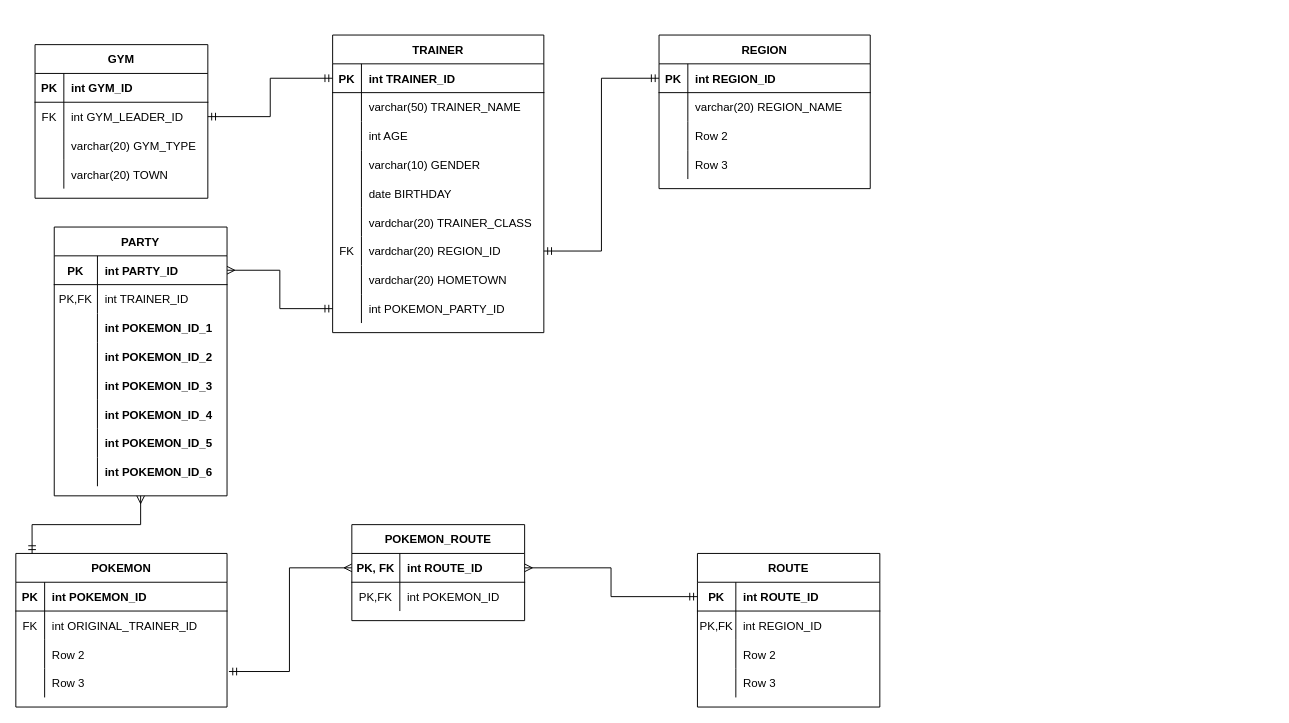
Earlier version of the draw.io diagram PokemonMySQLDatabase ERD.drawio (P4rzival/PokemonMySQLDatabase). Source tidied: cells renumbered, new cells numbered last; positions are measured from the earlier drawing's top-left corner, leaving out a move shared by most shapes. Both pictures are drawn from the tidied source at 96%, with x=0, y=0 at pixel (15, 35).
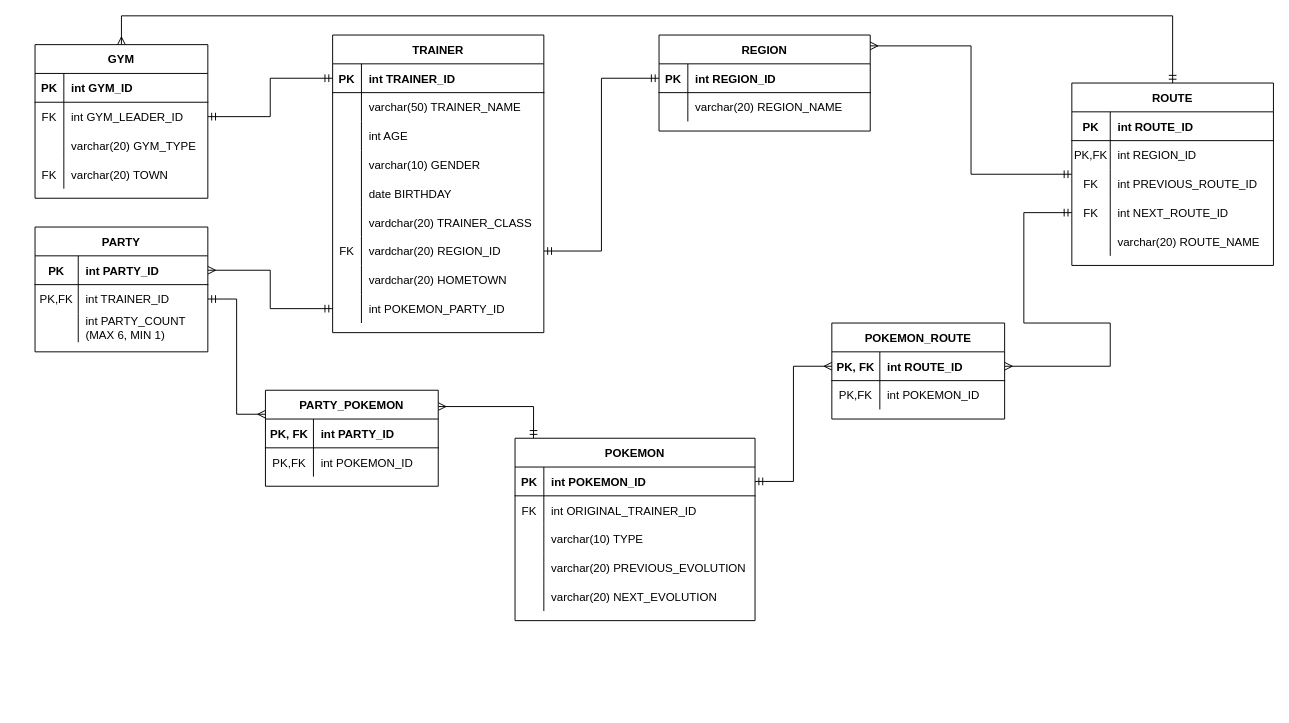
The same page after the edit.

Unchanged cells that the change refers to:
```xml
<mxCell id="2" value="GYM" style="shape=table;startSize=30;childLayout=tableLayout;rowLines=0;fontStyle=1;align=center;" parent="1" vertex="1">
  <mxGeometry x="20" y="10" width="180" height="160" as="geometry" />
</mxCell>
<mxCell id="12" style="shape=partialRectangle;fillColor=none;top=0;left=0;bottom=0;right=0;" parent="2" vertex="1">
  <mxGeometry y="120" width="180" height="30" as="geometry" />
</mxCell>
<mxCell id="61" style="shape=partialRectangle;fillColor=none;top=0;left=0;bottom=1;right=0;points=[[0,0.5],[1,0.5]];portConstraint=eastwest;" parent="60" vertex="1">
  <mxGeometry y="30" width="180" height="30" as="geometry" />
</mxCell>
<mxCell id="98" style="shape=partialRectangle;fillColor=none;top=0;left=0;bottom=0;right=0;points=[[0,0.5],[1,0.5]];portConstraint=eastwest;" parent="94" vertex="1">
  <mxGeometry y="60" width="180" height="30" as="geometry" />
</mxCell>
```

What changed in the source:
```diff
@@
-    <mxCell id="13" style="shape=partialRectangle;fillColor=none;top=0;left=0;bottom=0;right=0;overflow=hidden;" parent="12" vertex="1">
+    <mxCell id="13" value="FK" style="shape=partialRectangle;fillColor=none;top=0;left=0;bottom=0;right=0;overflow=hidden;" parent="12" vertex="1">
       <mxGeometry width="30" height="30" as="geometry" />
     </mxCell>
@@
     <mxCell id="16" value="REGION" style="shape=table;startSize=30;childLayout=tableLayout;rowLines=0;fontStyle=1;align=center;" parent="1" vertex="1">
-      <mxGeometry x="670" width="220" height="160" as="geometry" />
+      <mxGeometry x="670" width="220" height="100" as="geometry" />
     </mxCell>
@@
-    <mxCell id="23" style="shape=partialRectangle;fillColor=none;top=0;left=0;bottom=0;right=0;" parent="16" vertex="1">
-      <mxGeometry y="90" width="220" height="30" as="geometry" />
-    </mxCell>
-    <mxCell id="24" style="shape=partialRectangle;fillColor=none;top=0;left=0;bottom=0;right=0;overflow=hidden;" parent="23" vertex="1">
-      <mxGeometry width="30" height="30" as="geometry" />
-    </mxCell>
-    <mxCell id="25" value="Row 2" style="shape=partialRectangle;fillColor=none;top=0;left=0;bottom=0;right=0;align=left;spacingLeft=6;overflow=hidden;" parent="23" vertex="1">
-      <mxGeometry x="30" width="190" height="30" as="geometry" />
-    </mxCell>
-    <mxCell id="26" style="shape=partialRectangle;fillColor=none;top=0;left=0;bottom=0;right=0;" parent="16" vertex="1">
-      <mxGeometry y="120" width="220" height="30" as="geometry" />
-    </mxCell>
-    <mxCell id="27" style="shape=partialRectangle;fillColor=none;top=0;left=0;bottom=0;right=0;overflow=hidden;" parent="26" vertex="1">
-      <mxGeometry width="30" height="30" as="geometry" />
-    </mxCell>
-    <mxCell id="28" value="Row 3" style="shape=partialRectangle;fillColor=none;top=0;left=0;bottom=0;right=0;align=left;spacingLeft=6;overflow=hidden;" parent="26" vertex="1">
-      <mxGeometry x="30" width="190" height="30" as="geometry" />
-    </mxCell>
@@
-    <mxCell id="58" style="edgeStyle=orthogonalEdgeStyle;rounded=0;jettySize=auto;html=1;exitX=0;exitY=0.5;exitDx=0;exitDy=0;entryX=1.009;entryY=0.1;entryDx=0;entryDy=0;entryPerimeter=0;startArrow=ERmany;startFill=0;endArrow=ERmandOne;endFill=0;" parent="1" edge="1" source="61" target="77">
+    <mxCell id="58" style="edgeStyle=orthogonalEdgeStyle;rounded=0;jettySize=auto;html=1;exitX=0;exitY=0.5;exitDx=0;exitDy=0;entryX=1;entryY=0.5;entryDx=0;entryDy=0;startArrow=ERmany;startFill=0;endArrow=ERmandOne;endFill=0;" parent="1" edge="1" source="61" target="68">
       <mxGeometry relative="1" as="geometry" />
     </mxCell>
-    <mxCell id="59" style="edgeStyle=orthogonalEdgeStyle;rounded=0;jettySize=auto;html=1;entryX=0;entryY=0.5;entryDx=0;entryDy=0;startArrow=ERmany;startFill=0;endArrow=ERmandOne;endFill=0;" parent="1" edge="1" source="61" target="81">
-      <mxGeometry relative="1" as="geometry" />
+    <mxCell id="59" style="edgeStyle=orthogonalEdgeStyle;rounded=0;jettySize=auto;html=1;startArrow=ERmany;startFill=0;endArrow=ERmandOne;endFill=0;entryX=0;entryY=0.5;entryDx=0;entryDy=0;" parent="1" edge="1" source="61" target="134">
+      <mxGeometry relative="1" as="geometry">
+        <Array as="points">
+          <mxPoint x="1140" y="345" />
+          <mxPoint x="1140" y="300" />
+          <mxPoint x="1050" y="300" />
+          <mxPoint x="1050" y="185" />
+        </Array>
+      </mxGeometry>
     </mxCell>
     <mxCell id="60" value="POKEMON_ROUTE" style="shape=table;startSize=30;childLayout=tableLayout;rowLines=0;fontStyle=1;align=center;" parent="1" vertex="1">
-      <mxGeometry x="350" y="510" width="180" height="100" as="geometry" />
+      <mxGeometry x="850" y="300" width="180" height="100" as="geometry" />
     </mxCell>
@@
     <mxCell id="67" value="POKEMON" style="shape=table;startSize=30;childLayout=tableLayout;rowLines=0;fontStyle=1;align=center;" parent="1" vertex="1">
-      <mxGeometry y="540" width="220" height="160" as="geometry" />
+      <mxGeometry x="520" y="420" width="250" height="190" as="geometry" />
     </mxCell>
     <mxCell id="68" style="shape=partialRectangle;fillColor=none;top=0;left=0;bottom=1;right=0;points=[[0,0.5],[1,0.5]];portConstraint=eastwest;" parent="67" vertex="1">
-      <mxGeometry y="30" width="220" height="30" as="geometry" />
+      <mxGeometry y="30" width="250" height="30" as="geometry" />
     </mxCell>
@@
     <mxCell id="70" value="int POKEMON_ID" style="shape=partialRectangle;fillColor=none;top=0;left=0;bottom=0;right=0;align=left;spacingLeft=6;fontStyle=1;overflow=hidden;" parent="68" vertex="1">
-      <mxGeometry x="30" width="190" height="30" as="geometry" />
+      <mxGeometry x="30" width="220" height="30" as="geometry" />
     </mxCell>
     <mxCell id="71" style="shape=partialRectangle;fillColor=none;top=0;left=0;bottom=0;right=0;" parent="67" vertex="1">
-      <mxGeometry y="60" width="220" height="30" as="geometry" />
+      <mxGeometry y="60" width="250" height="30" as="geometry" />
     </mxCell>
@@
     <mxCell id="73" value="int ORIGINAL_TRAINER_ID" style="shape=partialRectangle;fillColor=none;top=0;left=0;bottom=0;right=0;align=left;spacingLeft=6;overflow=hidden;" parent="71" vertex="1">
-      <mxGeometry x="30" width="190" height="30" as="geometry" />
+      <mxGeometry x="30" width="220" height="30" as="geometry" />
     </mxCell>
-    <mxCell id="74" style="shape=partialRectangle;fillColor=none;top=0;left=0;bottom=0;right=0;" parent="67" vertex="1">
-      <mxGeometry y="90" width="220" height="30" as="geometry" />
-    </mxCell>
-    <mxCell id="75" style="shape=partialRectangle;fillColor=none;top=0;left=0;bottom=0;right=0;overflow=hidden;" parent="74" vertex="1">
-      <mxGeometry width="30" height="30" as="geometry" />
-    </mxCell>
-    <mxCell id="76" value="Row 2" style="shape=partialRectangle;fillColor=none;top=0;left=0;bottom=0;right=0;align=left;spacingLeft=6;overflow=hidden;" parent="74" vertex="1">
-      <mxGeometry x="30" width="190" height="30" as="geometry" />
-    </mxCell>
-    <mxCell id="77" style="shape=partialRectangle;fillColor=none;top=0;left=0;bottom=0;right=0;points=[[0,0.5],[1,0.5]];portConstraint=eastwest;" parent="67" vertex="1">
-      <mxGeometry y="120" width="220" height="30" as="geometry" />
-    </mxCell>
-    <mxCell id="78" style="shape=partialRectangle;fillColor=none;top=0;left=0;bottom=0;right=0;overflow=hidden;" parent="77" vertex="1">
-      <mxGeometry width="30" height="30" as="geometry" />
-    </mxCell>
-    <mxCell id="79" value="Row 3" style="shape=partialRectangle;fillColor=none;top=0;left=0;bottom=0;right=0;align=left;spacingLeft=6;overflow=hidden;" parent="77" vertex="1">
-      <mxGeometry x="30" width="190" height="30" as="geometry" />
-    </mxCell>
+    <mxCell id="120" style="shape=partialRectangle;fillColor=none;top=0;left=0;bottom=0;right=0;" parent="67" vertex="1">
+      <mxGeometry y="90" width="250" height="30" as="geometry" />
+    </mxCell>
+    <mxCell id="121" style="shape=partialRectangle;fillColor=none;top=0;left=0;bottom=0;right=0;overflow=hidden;" parent="120" vertex="1">
+      <mxGeometry width="30" height="30" as="geometry" />
+    </mxCell>
+    <mxCell id="122" value="varchar(10) TYPE" style="shape=partialRectangle;fillColor=none;top=0;left=0;bottom=0;right=0;align=left;spacingLeft=6;overflow=hidden;" parent="120" vertex="1">
+      <mxGeometry x="30" width="220" height="30" as="geometry" />
+    </mxCell>
+    <mxCell id="123" style="shape=partialRectangle;fillColor=none;top=0;left=0;bottom=0;right=0;" parent="67" vertex="1">
+      <mxGeometry y="120" width="250" height="30" as="geometry" />
+    </mxCell>
+    <mxCell id="124" style="shape=partialRectangle;fillColor=none;top=0;left=0;bottom=0;right=0;overflow=hidden;" parent="123" vertex="1">
+      <mxGeometry width="30" height="30" as="geometry" />
+    </mxCell>
+    <mxCell id="125" value="varchar(20) PREVIOUS_EVOLUTION" style="shape=partialRectangle;fillColor=none;top=0;left=0;bottom=0;right=0;align=left;spacingLeft=6;overflow=hidden;" parent="123" vertex="1">
+      <mxGeometry x="30" width="220" height="30" as="geometry" />
+    </mxCell>
+    <mxCell id="126" style="shape=partialRectangle;fillColor=none;top=0;left=0;bottom=0;right=0;" parent="67" vertex="1">
+      <mxGeometry y="150" width="250" height="30" as="geometry" />
+    </mxCell>
+    <mxCell id="127" style="shape=partialRectangle;fillColor=none;top=0;left=0;bottom=0;right=0;overflow=hidden;" parent="126" vertex="1">
+      <mxGeometry width="30" height="30" as="geometry" />
+    </mxCell>
+    <mxCell id="128" value="varchar(20) NEXT_EVOLUTION" style="shape=partialRectangle;fillColor=none;top=0;left=0;bottom=0;right=0;align=left;spacingLeft=6;overflow=hidden;" parent="126" vertex="1">
+      <mxGeometry x="30" width="220" height="30" as="geometry" />
+    </mxCell>
+    <mxCell id="129" style="edgeStyle=orthogonalEdgeStyle;rounded=0;jettySize=auto;html=1;entryX=1;entryY=0.113;entryDx=0;entryDy=0;entryPerimeter=0;endArrow=ERmany;endFill=0;startArrow=ERmandOne;startFill=0;" parent="1" edge="1" source="80" target="16">
+      <mxGeometry relative="1" as="geometry" />
+    </mxCell>
+    <mxCell id="130" style="edgeStyle=orthogonalEdgeStyle;rounded=0;jettySize=auto;html=1;entryX=0.5;entryY=0;entryDx=0;entryDy=0;startArrow=ERmandOne;startFill=0;endArrow=ERmany;endFill=0;" parent="1" edge="1" source="80" target="2">
+      <mxGeometry relative="1" as="geometry">
+        <Array as="points">
+          <mxPoint x="1205" y="-20" />
+          <mxPoint x="110" y="-20" />
+        </Array>
+      </mxGeometry>
+    </mxCell>
     <mxCell id="80" value="ROUTE" style="shape=table;startSize=30;childLayout=tableLayout;rowLines=0;fontStyle=1;align=center;" parent="1" vertex="1">
-      <mxGeometry x="710" y="540" width="190" height="160" as="geometry" />
+      <mxGeometry x="1100" y="50" width="210" height="190" as="geometry" />
     </mxCell>
     <mxCell id="81" style="shape=partialRectangle;fillColor=none;top=0;left=0;bottom=1;right=0;points=[[0,0.5],[1,0.5]];portConstraint=eastwest;" parent="80" vertex="1">
-      <mxGeometry y="30" width="190" height="30" as="geometry" />
+      <mxGeometry y="30" width="210" height="30" as="geometry" />
     </mxCell>
@@
     <mxCell id="83" value="int ROUTE_ID" style="shape=partialRectangle;fillColor=none;top=0;left=0;bottom=0;right=0;align=left;spacingLeft=6;fontStyle=1;overflow=hidden;" parent="81" vertex="1">
-      <mxGeometry x="40" width="150" height="30" as="geometry" />
+      <mxGeometry x="40" width="170" height="30" as="geometry" />
     </mxCell>
     <mxCell id="84" style="shape=partialRectangle;fillColor=none;top=0;left=0;bottom=0;right=0;" parent="80" vertex="1">
-      <mxGeometry y="60" width="190" height="30" as="geometry" />
+      <mxGeometry y="60" width="210" height="30" as="geometry" />
     </mxCell>
@@
     <mxCell id="86" value="int REGION_ID" style="shape=partialRectangle;fillColor=none;top=0;left=0;bottom=0;right=0;align=left;spacingLeft=6;overflow=hidden;" parent="84" vertex="1">
-      <mxGeometry x="40" width="150" height="30" as="geometry" />
+      <mxGeometry x="40" width="170" height="30" as="geometry" />
     </mxCell>
+    <mxCell id="131" style="shape=partialRectangle;fillColor=none;top=0;left=0;bottom=0;right=0;" parent="80" vertex="1">
+      <mxGeometry y="90" width="210" height="30" as="geometry" />
+    </mxCell>
+    <mxCell id="132" value="FK" style="shape=partialRectangle;fillColor=none;top=0;left=0;bottom=0;right=0;overflow=hidden;" parent="131" vertex="1">
+      <mxGeometry width="40" height="30" as="geometry" />
+    </mxCell>
+    <mxCell id="133" value="int PREVIOUS_ROUTE_ID" style="shape=partialRectangle;fillColor=none;top=0;left=0;bottom=0;right=0;align=left;spacingLeft=6;overflow=hidden;" parent="131" vertex="1">
+      <mxGeometry x="40" width="170" height="30" as="geometry" />
+    </mxCell>
+    <mxCell id="134" style="shape=partialRectangle;fillColor=none;top=0;left=0;bottom=0;right=0;points=[[0,0.5],[1,0.5]];portConstraint=eastwest;" parent="80" vertex="1">
+      <mxGeometry y="120" width="210" height="30" as="geometry" />
+    </mxCell>
+    <mxCell id="135" value="FK" style="shape=partialRectangle;fillColor=none;top=0;left=0;bottom=0;right=0;overflow=hidden;" parent="134" vertex="1">
+      <mxGeometry width="40" height="30" as="geometry" />
+    </mxCell>
+    <mxCell id="136" value="int NEXT_ROUTE_ID" style="shape=partialRectangle;fillColor=none;top=0;left=0;bottom=0;right=0;align=left;spacingLeft=6;overflow=hidden;" parent="134" vertex="1">
+      <mxGeometry x="40" width="170" height="30" as="geometry" />
+    </mxCell>
     <mxCell id="87" style="shape=partialRectangle;fillColor=none;top=0;left=0;bottom=0;right=0;" parent="80" vertex="1">
-      <mxGeometry y="90" width="190" height="30" as="geometry" />
+      <mxGeometry y="150" width="210" height="30" as="geometry" />
     </mxCell>
@@
-    <mxCell id="89" value="Row 2" style="shape=partialRectangle;fillColor=none;top=0;left=0;bottom=0;right=0;align=left;spacingLeft=6;overflow=hidden;" parent="87" vertex="1">
-      <mxGeometry x="40" width="150" height="30" as="geometry" />
+    <mxCell id="89" value="varchar(20) ROUTE_NAME" style="shape=partialRectangle;fillColor=none;top=0;left=0;bottom=0;right=0;align=left;spacingLeft=6;overflow=hidden;" parent="87" vertex="1">
+      <mxGeometry x="40" width="170" height="30" as="geometry" />
     </mxCell>
-    <mxCell id="90" style="shape=partialRectangle;fillColor=none;top=0;left=0;bottom=0;right=0;" parent="80" vertex="1">
-      <mxGeometry y="120" width="190" height="30" as="geometry" />
-    </mxCell>
-    <mxCell id="91" style="shape=partialRectangle;fillColor=none;top=0;left=0;bottom=0;right=0;overflow=hidden;" parent="90" vertex="1">
-      <mxGeometry width="40" height="30" as="geometry" />
-    </mxCell>
-    <mxCell id="92" value="Row 3" style="shape=partialRectangle;fillColor=none;top=0;left=0;bottom=0;right=0;align=left;spacingLeft=6;overflow=hidden;" parent="90" vertex="1">
-      <mxGeometry x="40" width="150" height="30" as="geometry" />
-    </mxCell>
-    <mxCell id="93" style="edgeStyle=orthogonalEdgeStyle;rounded=0;jettySize=auto;html=1;entryX=0.077;entryY=0;entryDx=0;entryDy=0;entryPerimeter=0;startArrow=ERmany;startFill=0;endArrow=ERmandOne;endFill=0;" parent="1" edge="1" source="94" target="67">
+    <mxCell id="93" style="edgeStyle=orthogonalEdgeStyle;rounded=0;jettySize=auto;html=1;entryX=0.077;entryY=0;entryDx=0;entryDy=0;entryPerimeter=0;startArrow=ERmany;startFill=0;endArrow=ERmandOne;endFill=0;exitX=1;exitY=0.17;exitDx=0;exitDy=0;exitPerimeter=0;" parent="1" edge="1" source="137" target="67">
       <mxGeometry relative="1" as="geometry" />
     </mxCell>
     <mxCell id="94" value="PARTY" style="shape=table;startSize=30;childLayout=tableLayout;rowLines=0;fontStyle=1;align=center;" parent="1" vertex="1">
-      <mxGeometry x="40" y="200" width="180" height="280" as="geometry" />
+      <mxGeometry x="20" y="200" width="180" height="130" as="geometry" />
     </mxCell>
@@
-    <mxCell id="101" style="shape=partialRectangle;fillColor=none;top=0;left=0;bottom=0;right=0;" parent="94" vertex="1">
-      <mxGeometry y="90" width="180" height="30" as="geometry" />
-    </mxCell>
-    <mxCell id="102" style="shape=partialRectangle;fillColor=none;top=0;left=0;bottom=0;right=0;overflow=hidden;" parent="101" vertex="1">
-      <mxGeometry width="45" height="30" as="geometry" />
-    </mxCell>
-    <mxCell id="103" value="int POKEMON_ID_1" style="shape=partialRectangle;fillColor=none;top=0;left=0;bottom=0;right=0;align=left;spacingLeft=6;overflow=hidden;fontStyle=1;" parent="101" vertex="1">
-      <mxGeometry x="45" width="135" height="30" as="geometry" />
-    </mxCell>
-    <mxCell id="104" style="shape=partialRectangle;fillColor=none;top=0;left=0;bottom=0;right=0;" parent="94" vertex="1">
-      <mxGeometry y="120" width="180" height="30" as="geometry" />
-    </mxCell>
-    <mxCell id="105" style="shape=partialRectangle;fillColor=none;top=0;left=0;bottom=0;right=0;overflow=hidden;" parent="104" vertex="1">
-      <mxGeometry width="45" height="30" as="geometry" />
-    </mxCell>
-    <mxCell id="106" value="int POKEMON_ID_2" style="shape=partialRectangle;fillColor=none;top=0;left=0;bottom=0;right=0;align=left;spacingLeft=6;overflow=hidden;fontStyle=1;" parent="104" vertex="1">
-      <mxGeometry x="45" width="135" height="30" as="geometry" />
-    </mxCell>
-    <mxCell id="107" style="shape=partialRectangle;fillColor=none;top=0;left=0;bottom=0;right=0;" parent="94" vertex="1">
-      <mxGeometry y="150" width="180" height="30" as="geometry" />
-    </mxCell>
-    <mxCell id="108" style="shape=partialRectangle;fillColor=none;top=0;left=0;bottom=0;right=0;overflow=hidden;" parent="107" vertex="1">
-      <mxGeometry width="45" height="30" as="geometry" />
-    </mxCell>
-    <mxCell id="109" value="int POKEMON_ID_3" style="shape=partialRectangle;fillColor=none;top=0;left=0;bottom=0;right=0;align=left;spacingLeft=6;overflow=hidden;fontStyle=1;" parent="107" vertex="1">
-      <mxGeometry x="45" width="135" height="30" as="geometry" />
-    </mxCell>
-    <mxCell id="110" style="shape=partialRectangle;fillColor=none;top=0;left=0;bottom=0;right=0;" parent="94" vertex="1">
-      <mxGeometry y="180" width="180" height="30" as="geometry" />
-    </mxCell>
-    <mxCell id="111" style="shape=partialRectangle;fillColor=none;top=0;left=0;bottom=0;right=0;overflow=hidden;" parent="110" vertex="1">
-      <mxGeometry width="45" height="30" as="geometry" />
-    </mxCell>
-    <mxCell id="112" value="int POKEMON_ID_4" style="shape=partialRectangle;fillColor=none;top=0;left=0;bottom=0;right=0;align=left;spacingLeft=6;overflow=hidden;fontStyle=1;" parent="110" vertex="1">
-      <mxGeometry x="45" width="135" height="30" as="geometry" />
-    </mxCell>
-    <mxCell id="113" style="shape=partialRectangle;fillColor=none;top=0;left=0;bottom=0;right=0;" parent="94" vertex="1">
-      <mxGeometry y="210" width="180" height="30" as="geometry" />
-    </mxCell>
-    <mxCell id="114" style="shape=partialRectangle;fillColor=none;top=0;left=0;bottom=0;right=0;overflow=hidden;" parent="113" vertex="1">
-      <mxGeometry width="45" height="30" as="geometry" />
-    </mxCell>
-    <mxCell id="115" value="int POKEMON_ID_5" style="shape=partialRectangle;fillColor=none;top=0;left=0;bottom=0;right=0;align=left;spacingLeft=6;overflow=hidden;fontStyle=1;" parent="113" vertex="1">
-      <mxGeometry x="45" width="135" height="30" as="geometry" />
-    </mxCell>
     <mxCell id="116" style="shape=partialRectangle;fillColor=none;top=0;left=0;bottom=0;right=0;" parent="94" vertex="1">
-      <mxGeometry y="240" width="180" height="30" as="geometry" />
+      <mxGeometry y="90" width="180" height="30" as="geometry" />
     </mxCell>
@@
-    <mxCell id="118" value="int POKEMON_ID_6" style="shape=partialRectangle;fillColor=none;top=0;left=0;bottom=0;right=0;align=left;spacingLeft=6;overflow=hidden;fontStyle=1;" parent="116" vertex="1">
+    <mxCell id="118" value="int PARTY_COUNT&#10;(MAX 6, MIN 1)" style="shape=partialRectangle;fillColor=none;top=0;left=0;bottom=0;right=0;align=left;spacingLeft=6;overflow=hidden;fontStyle=0;" parent="116" vertex="1">
       <mxGeometry x="45" width="135" height="30" as="geometry" />
     </mxCell>
@@
+    <mxCell id="137" value="PARTY_POKEMON" style="shape=table;startSize=30;childLayout=tableLayout;rowLines=0;fontStyle=1;align=center;" parent="1" vertex="1">
+      <mxGeometry x="260" y="370" width="180" height="100" as="geometry" />
+    </mxCell>
+    <mxCell id="138" style="shape=partialRectangle;fillColor=none;top=0;left=0;bottom=1;right=0;" parent="137" vertex="1">
+      <mxGeometry y="30" width="180" height="30" as="geometry" />
+    </mxCell>
+    <mxCell id="139" value="PK, FK" style="shape=partialRectangle;fillColor=none;top=0;left=0;bottom=0;right=0;fontStyle=1;overflow=hidden;" parent="138" vertex="1">
+      <mxGeometry width="50" height="30" as="geometry" />
+    </mxCell>
+    <mxCell id="140" value="int PARTY_ID" style="shape=partialRectangle;fillColor=none;top=0;left=0;bottom=0;right=0;align=left;spacingLeft=6;fontStyle=1;overflow=hidden;" parent="138" vertex="1">
+      <mxGeometry x="50" width="130" height="30" as="geometry" />
+    </mxCell>
+    <mxCell id="141" style="shape=partialRectangle;fillColor=none;top=0;left=0;bottom=0;right=0;" parent="137" vertex="1">
+      <mxGeometry y="60" width="180" height="30" as="geometry" />
+    </mxCell>
+    <mxCell id="142" value="PK,FK" style="shape=partialRectangle;fillColor=none;top=0;left=0;bottom=0;right=0;overflow=hidden;" parent="141" vertex="1">
+      <mxGeometry width="50" height="30" as="geometry" />
+    </mxCell>
+    <mxCell id="143" value="int POKEMON_ID" style="shape=partialRectangle;fillColor=none;top=0;left=0;bottom=0;right=0;align=left;spacingLeft=6;overflow=hidden;" parent="141" vertex="1">
+      <mxGeometry x="50" width="130" height="30" as="geometry" />
+    </mxCell>
+    <mxCell id="144" style="edgeStyle=orthogonalEdgeStyle;rounded=0;jettySize=auto;html=1;exitX=1;exitY=0.5;exitDx=0;exitDy=0;entryX=0;entryY=0.25;entryDx=0;entryDy=0;startArrow=ERmandOne;startFill=0;endArrow=ERmany;endFill=0;" parent="1" edge="1" source="98" target="137">
+      <mxGeometry relative="1" as="geometry" />
+    </mxCell>
```
